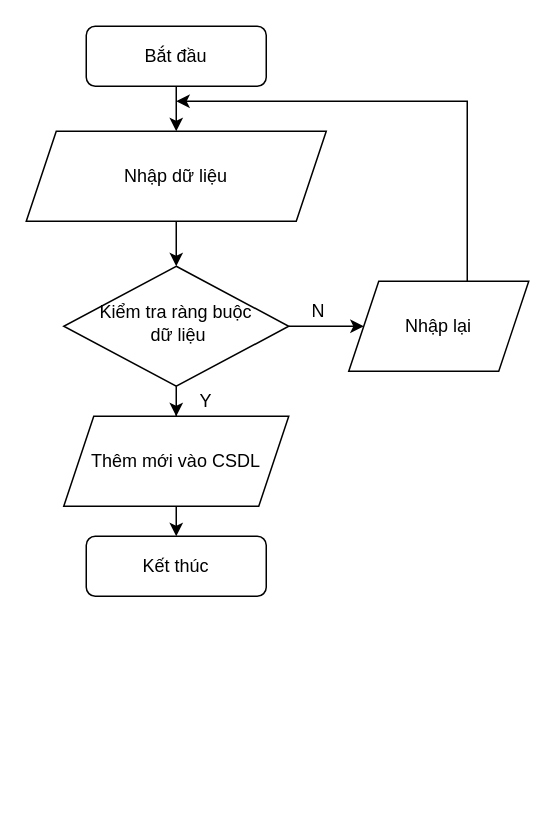
Before: assets/flow-chart/create.drawio in vanluong94/aptech-market-management-system, a draw.io diagram. Source tidied: cells renumbered, new cells numbered last; positions are measured from the earlier drawing's top-left corner, leaving out a move shared by most shapes. Both pictures are drawn from the tidied source at 150%, with x=0, y=0 at pixel (26, 26).
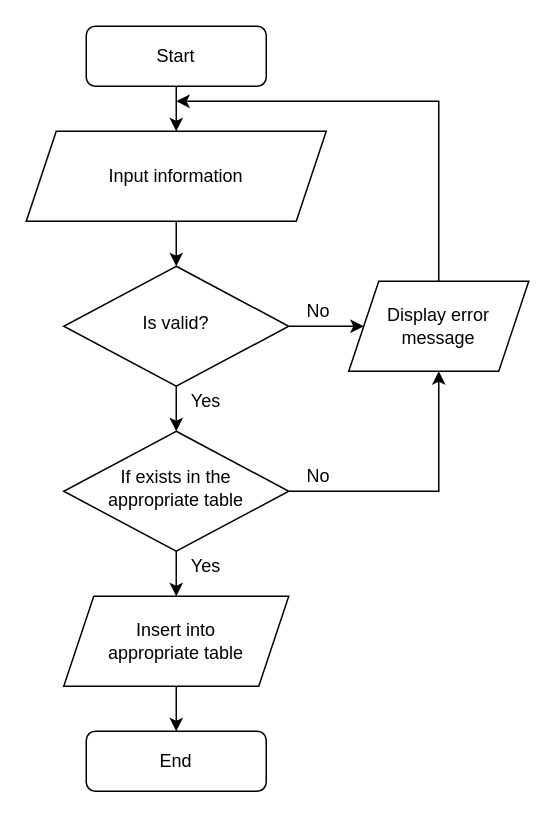
Above is the later version.

Diff of the diagram source:
```diff
@@
-    <mxCell id="3" value="Bắt đầu" style="rounded=1;whiteSpace=wrap;html=1;fontSize=12;glass=0;strokeWidth=1;shadow=0;" parent="1" vertex="1">
+    <mxCell id="3" value="Start" style="rounded=1;whiteSpace=wrap;html=1;fontSize=12;glass=0;strokeWidth=1;shadow=0;" parent="1" vertex="1">
       <mxGeometry x="40" width="120" height="40" as="geometry" />
     </mxCell>
@@
-    <mxCell id="5" style="edgeStyle=orthogonalEdgeStyle;rounded=0;jettySize=auto;html=1;" parent="1" edge="1" source="6" target="11">
+    <mxCell id="5" style="edgeStyle=orthogonalEdgeStyle;rounded=0;jettySize=auto;html=1;entryX=0.5;entryY=0;entryDx=0;entryDy=0;" parent="1" edge="1" source="6" target="19">
       <mxGeometry relative="1" as="geometry" />
     </mxCell>
-    <mxCell id="6" value="Kiểm tra ràng buộc&lt;br&gt;&amp;nbsp;dữ liệu" style="rhombus;whiteSpace=wrap;html=1;shadow=0;fontFamily=Helvetica;fontSize=12;align=center;strokeWidth=1;spacing=6;spacingTop=-4;" parent="1" vertex="1">
+    <mxCell id="6" value="Is valid?" style="rhombus;whiteSpace=wrap;html=1;shadow=0;fontFamily=Helvetica;fontSize=12;align=center;strokeWidth=1;spacing=6;spacingTop=-4;" parent="1" vertex="1">
       <mxGeometry x="25" y="160" width="150" height="80" as="geometry" />
     </mxCell>
-    <mxCell id="7" value="Kết thúc" style="rounded=1;whiteSpace=wrap;html=1;fontSize=12;glass=0;strokeWidth=1;shadow=0;" parent="1" vertex="1">
-      <mxGeometry x="40" y="340" width="120" height="40" as="geometry" />
+    <mxCell id="7" value="End" style="rounded=1;whiteSpace=wrap;html=1;fontSize=12;glass=0;strokeWidth=1;shadow=0;" parent="1" vertex="1">
+      <mxGeometry x="40" y="470" width="120" height="40" as="geometry" />
     </mxCell>
@@
-    <mxCell id="9" value="Nhập dữ liệu" style="shape=parallelogram;perimeter=parallelogramPerimeter;whiteSpace=wrap;html=1;fixedSize=1;" parent="1" vertex="1">
+    <mxCell id="9" value="Input information" style="shape=parallelogram;perimeter=parallelogramPerimeter;whiteSpace=wrap;html=1;fixedSize=1;" parent="1" vertex="1">
       <mxGeometry y="70" width="200" height="60" as="geometry" />
     </mxCell>
-    <mxCell id="10" style="edgeStyle=orthogonalEdgeStyle;rounded=0;orthogonalLoop=1;jettySize=auto;html=1;entryX=0.5;entryY=0;entryDx=0;entryDy=0;" parent="1" edge="1">
-      <mxGeometry relative="1" as="geometry">
-        <mxPoint x="100" y="320" as="sourcePoint" />
-        <mxPoint x="100" y="340" as="targetPoint" />
-      </mxGeometry>
-    </mxCell>
+    <mxCell id="16" style="edgeStyle=orthogonalEdgeStyle;rounded=0;jettySize=auto;html=1;" parent="1" edge="1" source="11" target="7">
+      <mxGeometry relative="1" as="geometry" />
+    </mxCell>
-    <mxCell id="11" value="&lt;span&gt;Thêm mới vào CSDL&lt;/span&gt;" style="shape=parallelogram;perimeter=parallelogramPerimeter;whiteSpace=wrap;html=1;fixedSize=1;" parent="1" vertex="1">
-      <mxGeometry x="25" y="260" width="150" height="60" as="geometry" />
+    <mxCell id="11" value="Insert into&lt;br&gt;appropriate table" style="shape=parallelogram;perimeter=parallelogramPerimeter;whiteSpace=wrap;html=1;fixedSize=1;" parent="1" vertex="1">
+      <mxGeometry x="25" y="380" width="150" height="60" as="geometry" />
     </mxCell>
     <mxCell id="12" style="edgeStyle=orthogonalEdgeStyle;rounded=0;jettySize=auto;html=1;" parent="1" edge="1" source="13">
       <mxGeometry relative="1" as="geometry">
         <mxPoint x="100" y="50" as="targetPoint" />
         <Array as="points">
-          <mxPoint x="294" y="50" />
+          <mxPoint x="275" y="50" />
         </Array>
       </mxGeometry>
     </mxCell>
-    <mxCell id="13" value="&lt;span&gt;Nhập lại&lt;/span&gt;" style="shape=parallelogram;perimeter=parallelogramPerimeter;whiteSpace=wrap;html=1;fixedSize=1;" parent="1" vertex="1">
+    <mxCell id="13" value="&lt;span&gt;Display error&lt;br&gt;message&lt;br&gt;&lt;/span&gt;" style="shape=parallelogram;perimeter=parallelogramPerimeter;whiteSpace=wrap;html=1;fixedSize=1;" parent="1" vertex="1">
       <mxGeometry x="215" y="170" width="120" height="60" as="geometry" />
     </mxCell>
-    <mxCell id="14" value="N" style="text;html=1;strokeColor=none;fillColor=none;align=center;verticalAlign=middle;whiteSpace=wrap;rounded=0;" parent="1" vertex="1">
+    <mxCell id="14" value="No" style="text;html=1;strokeColor=none;fillColor=none;align=center;verticalAlign=middle;whiteSpace=wrap;rounded=0;" parent="1" vertex="1">
       <mxGeometry x="175" y="180" width="40" height="20" as="geometry" />
     </mxCell>
-    <mxCell id="15" value="Y" style="text;html=1;strokeColor=none;fillColor=none;align=center;verticalAlign=middle;whiteSpace=wrap;rounded=0;" parent="1" vertex="1">
+    <mxCell id="15" value="Yes" style="text;html=1;strokeColor=none;fillColor=none;align=center;verticalAlign=middle;whiteSpace=wrap;rounded=0;" parent="1" vertex="1">
       <mxGeometry x="100" y="240" width="40" height="20" as="geometry" />
     </mxCell>
+    <mxCell id="17" style="edgeStyle=orthogonalEdgeStyle;rounded=0;jettySize=auto;html=1;entryX=0.5;entryY=0;entryDx=0;entryDy=0;" parent="1" edge="1" source="19" target="11">
+      <mxGeometry relative="1" as="geometry" />
+    </mxCell>
+    <mxCell id="18" style="edgeStyle=orthogonalEdgeStyle;rounded=0;jettySize=auto;html=1;entryX=0.5;entryY=1;entryDx=0;entryDy=0;" parent="1" edge="1" source="19" target="13">
+      <mxGeometry relative="1" as="geometry" />
+    </mxCell>
+    <mxCell id="19" value="If exists in the&lt;br&gt;appropriate table" style="rhombus;whiteSpace=wrap;html=1;shadow=0;fontFamily=Helvetica;fontSize=12;align=center;strokeWidth=1;spacing=6;spacingTop=-4;" parent="1" vertex="1">
+      <mxGeometry x="25" y="270" width="150" height="80" as="geometry" />
+    </mxCell>
+    <mxCell id="20" value="Yes" style="text;html=1;strokeColor=none;fillColor=none;align=center;verticalAlign=middle;whiteSpace=wrap;rounded=0;" parent="1" vertex="1">
+      <mxGeometry x="100" y="350" width="40" height="20" as="geometry" />
+    </mxCell>
+    <mxCell id="21" value="No" style="text;html=1;strokeColor=none;fillColor=none;align=center;verticalAlign=middle;whiteSpace=wrap;rounded=0;" parent="1" vertex="1">
+      <mxGeometry x="175" y="290" width="40" height="20" as="geometry" />
+    </mxCell>
```
